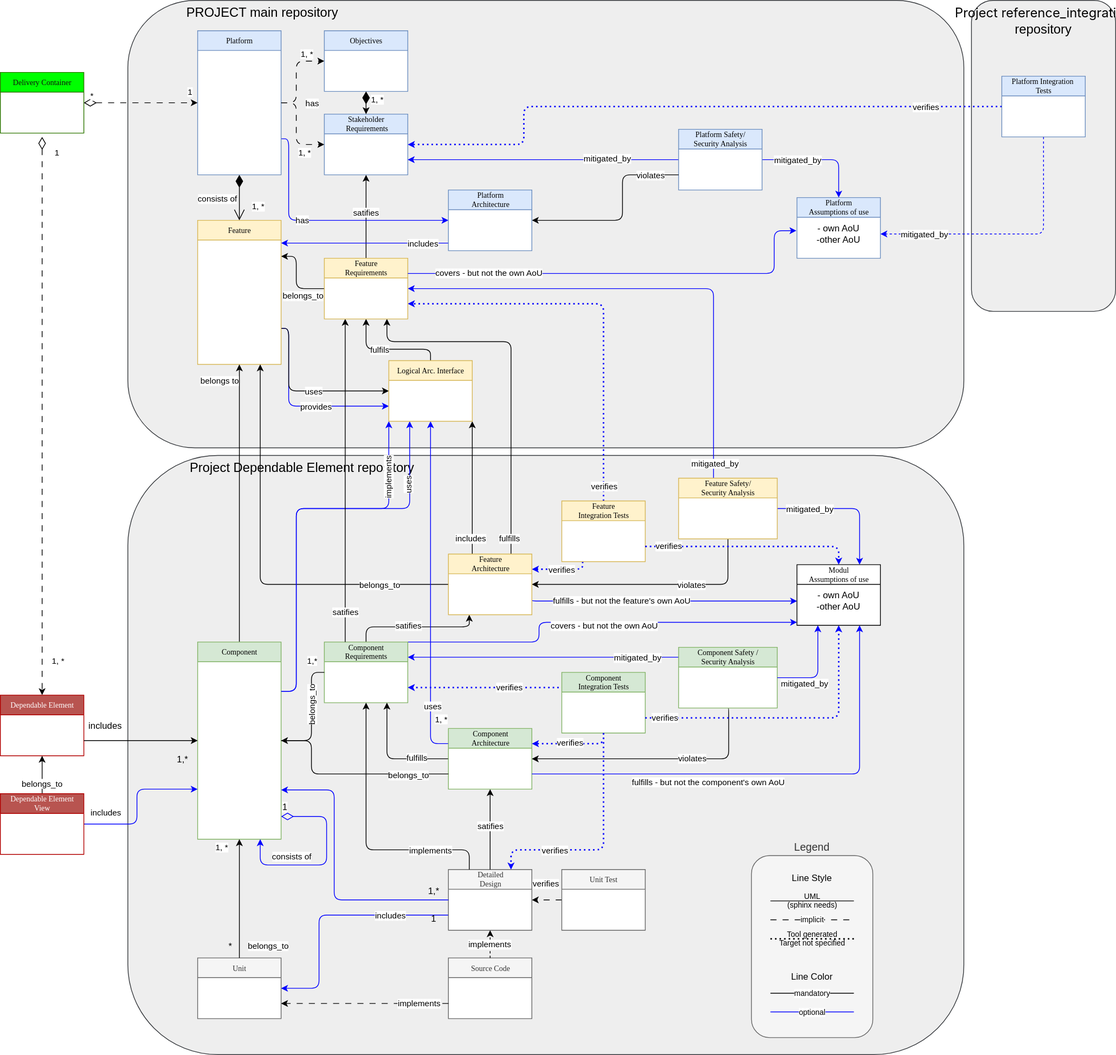
The draw.io diagram process/general_concepts/_assets/score_building_blocks_meta_model_deployment_example.drawio.svg in eclipse-score/process_description, before a commit. Source tidied: cells renumbered, new cells last; positions are measured from the earlier drawing's top-left corner, leaving out a move shared by most shapes.
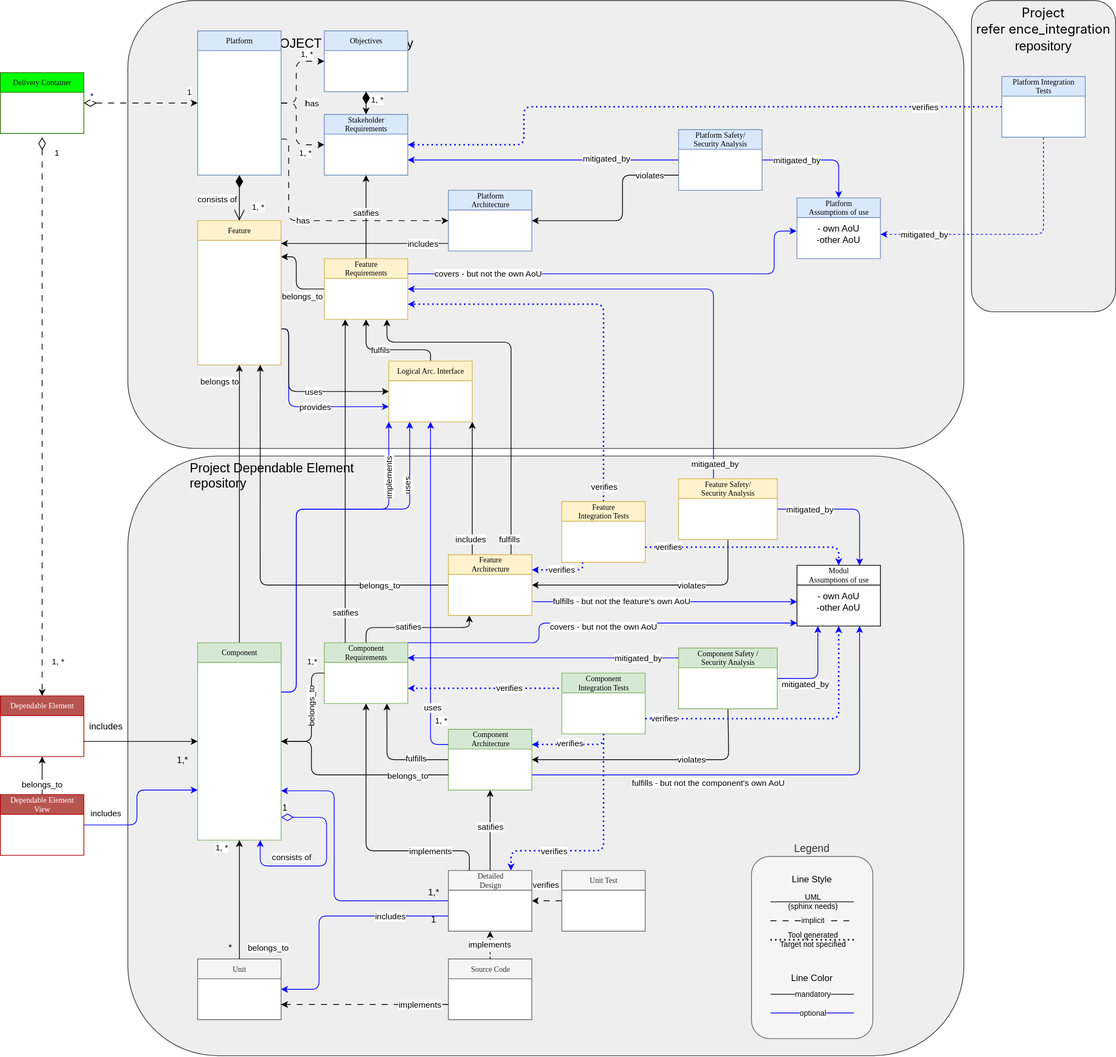
After the change.

Commit message:
add platform architecture in drawing

Change to the diagram source:
```diff
@@ -2,10 +2,10 @@
   <root>
     <mxCell id="0" />
     <mxCell id="1" parent="0" />
-    <mxCell id="2" value="&lt;div style=&quot;&quot;&gt;&lt;h4 class=&quot;Title-module__heading__tHuYV ReposListItem-module__DefaultItemTitle__n3lDr&quot; style=&quot;color: light-dark(rgb(0, 0, 0), rgb(255, 255, 255)); background-color: transparent; text-decoration-thickness: auto; text-decoration-style: solid; box-sizing: border-box; margin-top: 0px; margin-bottom: 0px; font-weight: 400; max-width: 100%; text-overflow: ellipsis; flex-shrink: 1; justify-content: space-between; display: inline; overflow: hidden; padding-left: 0px; caret-color: rgb(240, 246, 252);&quot;&gt;&lt;font style=&quot;font-size: 17px; color: rgb(0, 0, 0);&quot;&gt;&lt;span style=&quot;box-sizing: border-box;&quot;&gt;&lt;span class=&quot;SearchMatchText-module__highlightedText__ATaD0&quot; style=&quot;font-family: -apple-system, BlinkMacSystemFont, &amp;quot;Segoe UI&amp;quot;, &amp;quot;Noto Sans&amp;quot;, Helvetica, Arial, sans-serif, &amp;quot;Apple Color Emoji&amp;quot;, &amp;quot;Segoe UI Emoji&amp;quot;; text-wrap-mode: nowrap; box-sizing: border-box; background-color: rgba(0, 0, 0, 0); caret-color: rgb(240, 246, 252);&quot;&gt;Project refer&lt;/span&gt;&lt;font face=&quot;-apple-system, BlinkMacSystemFont, Segoe UI, Noto Sans, Helvetica, Arial, sans-serif, Apple Color Emoji, Segoe UI Emoji&quot;&gt;&lt;span style=&quot;text-wrap-mode: nowrap; caret-color: rgb(240, 246, 252);&quot;&gt;ence_integration&lt;/span&gt;&lt;/font&gt;&lt;font face=&quot;-apple-system, system-ui, Segoe UI, Noto Sans, Helvetica, Arial, sans-serif, Apple Color Emoji, Segoe UI Emoji&quot;&gt;&lt;span style=&quot;text-wrap-mode: nowrap; caret-color: rgb(240, 246, 252);&quot;&gt;&lt;br&gt;&lt;/span&gt;&lt;/font&gt;&lt;/span&gt;&lt;/font&gt;&lt;/h4&gt;&lt;span style=&quot;color: light-dark(rgb(0, 0, 0), rgb(255, 255, 255)); background-color: transparent; font-size: 17px;&quot;&gt;repository&lt;/span&gt;&lt;/div&gt;" style="rounded=1;whiteSpace=wrap;html=1;fillColor=#eeeeee;strokeColor=#36393d;verticalAlign=top;align=center;" parent="1" vertex="1">
+    <mxCell id="2" value="&lt;div style=&quot;&quot;&gt;&lt;h4 class=&quot;Title-module__heading__tHuYV ReposListItem-module__DefaultItemTitle__n3lDr&quot; style=&quot;background-color: transparent; text-decoration-thickness: auto; text-decoration-style: solid; box-sizing: border-box; margin-top: 0px; margin-bottom: 0px; font-weight: 400; max-width: 100%; text-overflow: ellipsis; flex-shrink: 1; justify-content: space-between; display: inline; overflow: hidden; padding-left: 0px; caret-color: rgb(240, 246, 252);&quot;&gt;&lt;font style=&quot;font-size: 17px;&quot;&gt;&lt;span style=&quot;box-sizing: border-box;&quot;&gt;&lt;span class=&quot;SearchMatchText-module__highlightedText__ATaD0&quot; style=&quot;font-family: -apple-system, BlinkMacSystemFont, &amp;quot;Segoe UI&amp;quot;, &amp;quot;Noto Sans&amp;quot;, Helvetica, Arial, sans-serif, &amp;quot;Apple Color Emoji&amp;quot;, &amp;quot;Segoe UI Emoji&amp;quot;; text-wrap-mode: nowrap; box-sizing: border-box; background-color: rgba(0, 0, 0, 0); caret-color: rgb(240, 246, 252);&quot;&gt;Project&lt;/span&gt;&lt;/span&gt;&lt;/font&gt;&lt;/h4&gt;&lt;/div&gt;&lt;div style=&quot;&quot;&gt;&lt;h4 class=&quot;Title-module__heading__tHuYV ReposListItem-module__DefaultItemTitle__n3lDr&quot; style=&quot;background-color: transparent; text-decoration-thickness: auto; text-decoration-style: solid; box-sizing: border-box; margin-top: 0px; margin-bottom: 0px; font-weight: 400; max-width: 100%; text-overflow: ellipsis; flex-shrink: 1; justify-content: space-between; display: inline; overflow: hidden; padding-left: 0px; caret-color: rgb(240, 246, 252);&quot;&gt;&lt;font style=&quot;font-size: 17px;&quot;&gt;&lt;span style=&quot;box-sizing: border-box;&quot;&gt;&lt;span class=&quot;SearchMatchText-module__highlightedText__ATaD0&quot; style=&quot;font-family: -apple-system, BlinkMacSystemFont, &amp;quot;Segoe UI&amp;quot;, &amp;quot;Noto Sans&amp;quot;, Helvetica, Arial, sans-serif, &amp;quot;Apple Color Emoji&amp;quot;, &amp;quot;Segoe UI Emoji&amp;quot;; text-wrap-mode: nowrap; box-sizing: border-box; background-color: rgba(0, 0, 0, 0); caret-color: rgb(240, 246, 252);&quot;&gt;&amp;nbsp;refer&lt;/span&gt;&lt;font face=&quot;-apple-system, BlinkMacSystemFont, Segoe UI, Noto Sans, Helvetica, Arial, sans-serif, Apple Color Emoji, Segoe UI Emoji&quot;&gt;&lt;span style=&quot;text-wrap-mode: nowrap; caret-color: rgb(240, 246, 252);&quot;&gt;ence_integration&lt;/span&gt;&lt;/font&gt;&lt;font face=&quot;-apple-system, system-ui, Segoe UI, Noto Sans, Helvetica, Arial, sans-serif, Apple Color Emoji, Segoe UI Emoji&quot;&gt;&lt;span style=&quot;text-wrap-mode: nowrap; caret-color: rgb(240, 246, 252);&quot;&gt;&lt;br&gt;&lt;/span&gt;&lt;/font&gt;&lt;/span&gt;&lt;/font&gt;&lt;/h4&gt;&lt;span style=&quot;background-color: transparent; font-size: 17px;&quot;&gt;repository&lt;/span&gt;&lt;/div&gt;" style="rounded=1;whiteSpace=wrap;html=1;fillColor=#eeeeee;strokeColor=#36393d;verticalAlign=top;align=center;fontColor=default;" parent="1" vertex="1">
       <mxGeometry x="1280" width="190" height="410" as="geometry" />
     </mxCell>
-    <mxCell id="3" value="&lt;blockquote style=&quot;margin: 0 0 0 40px; border: none; padding: 0px;&quot;&gt;&lt;blockquote style=&quot;margin: 0 0 0 40px; border: none; padding: 0px;&quot;&gt;Project Dependable Element repository&lt;/blockquote&gt;&lt;/blockquote&gt;" style="rounded=1;whiteSpace=wrap;html=1;fillColor=#eeeeee;strokeColor=#36393d;align=left;verticalAlign=top;fontSize=17;" parent="1" vertex="1">
+    <mxCell id="3" value="Project Dependable Element &#10;repository" style="rounded=1;whiteSpace=wrap;fillColor=#eeeeee;strokeColor=#36393d;align=left;verticalAlign=top;fontSize=17;labelBackgroundColor=none;spacingLeft=80;" parent="1" vertex="1">
       <mxGeometry x="168" y="600" width="1102" height="790" as="geometry" />
     </mxCell>
     <mxCell id="4" value="&lt;span style=&quot;white-space: pre;&quot;&gt;&#9;&lt;/span&gt;&lt;span style=&quot;white-space: pre;&quot;&gt;&#9;&lt;/span&gt;PROJECT main repository" style="rounded=1;whiteSpace=wrap;html=1;fillColor=#eeeeee;strokeColor=#36393d;align=left;verticalAlign=top;fontSize=17;" parent="1" vertex="1">
@@ -221,7 +221,7 @@
         <mxPoint x="3" y="12" as="offset" />
       </mxGeometry>
     </mxCell>
-    <mxCell id="46" style="edgeStyle=orthogonalEdgeStyle;rounded=1;jettySize=auto;html=1;exitX=1;exitY=0.75;exitDx=0;exitDy=0;entryX=0;entryY=0.5;entryDx=0;entryDy=0;strokeColor=#0000FF;curved=0;" parent="1" edge="1" source="48" target="149">
+    <mxCell id="46" style="edgeStyle=orthogonalEdgeStyle;rounded=1;jettySize=auto;html=1;exitX=1;exitY=0.75;exitDx=0;exitDy=0;entryX=0;entryY=0.5;entryDx=0;entryDy=0;strokeColor=default;curved=0;dashed=1;dashPattern=8 8;align=center;verticalAlign=middle;fontFamily=Helvetica;fontSize=11;fontColor=default;labelBackgroundColor=default;endArrow=classic;" parent="1" edge="1" source="48" target="149">
       <mxGeometry relative="1" as="geometry">
         <Array as="points">
           <mxPoint x="380" y="183" />
@@ -229,7 +229,7 @@
         </Array>
       </mxGeometry>
     </mxCell>
-    <mxCell id="47" value="has" style="edgeLabel;html=1;align=center;verticalAlign=middle;" parent="46" vertex="1">
+    <mxCell id="47" value="has" style="edgeLabel;html=1;align=center;verticalAlign=middle;rounded=1;dashed=1;dashPattern=8 8;strokeColor=default;fontFamily=Helvetica;fontSize=11;fontColor=default;labelBackgroundColor=default;" parent="46" vertex="1">
       <mxGeometry x="-0.18" y="1" relative="1" as="geometry" />
     </mxCell>
     <mxCell id="48" value="Platform" style="swimlane;html=1;fontStyle=0;horizontal=1;startSize=26;fillColor=#dae8fc;swimlaneFillColor=#ffffff;rounded=0;shadow=0;comic=0;labelBackgroundColor=none;strokeWidth=1;fontFamily=Verdana;fontSize=10;align=center;strokeColor=#6c8ebf;" parent="1" vertex="1">
@@ -725,7 +725,7 @@
     <mxCell id="146" value="verifies" style="edgeLabel;html=1;align=center;verticalAlign=middle;" parent="145" vertex="1">
       <mxGeometry x="-0.87" y="1" relative="1" as="geometry" />
     </mxCell>
-    <mxCell id="147" style="edgeStyle=orthogonalEdgeStyle;rounded=0;jettySize=auto;html=1;exitX=0;exitY=0.75;exitDx=0;exitDy=0;strokeColor=#0000FF;" parent="1" edge="1" source="149">
+    <mxCell id="147" style="edgeStyle=orthogonalEdgeStyle;rounded=0;jettySize=auto;html=1;exitX=0;exitY=0.75;exitDx=0;exitDy=0;strokeColor=#000000;" parent="1" edge="1" source="149">
       <mxGeometry relative="1" as="geometry">
         <mxPoint x="370" y="320" as="targetPoint" />
         <Array as="points">
```
